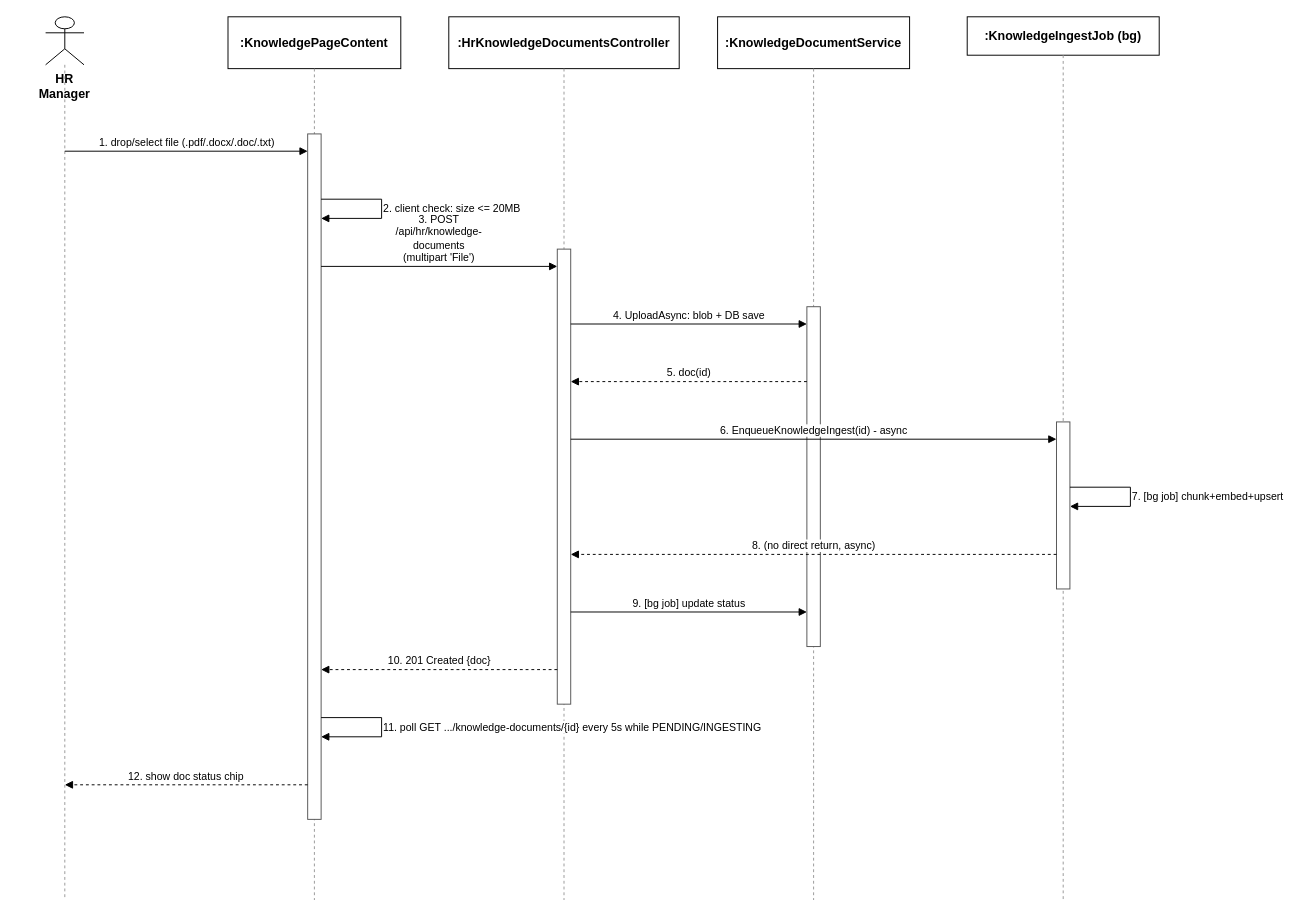
Earlier version of the draw.io diagram docs/qa/Nam_SequenceDiagram/06_KnowledgeBaseManagement_UploadIngest_HR.drawio (tulklk/AI_Interview_Question_Generation_RAG_LLM_FE). Source tidied: cells renumbered, new cells numbered last; positions are measured from the earlier drawing's top-left corner, leaving out a move shared by most shapes. Both pictures are drawn from the tidied source at 96%, with x=0, y=0 at pixel (45, 16).
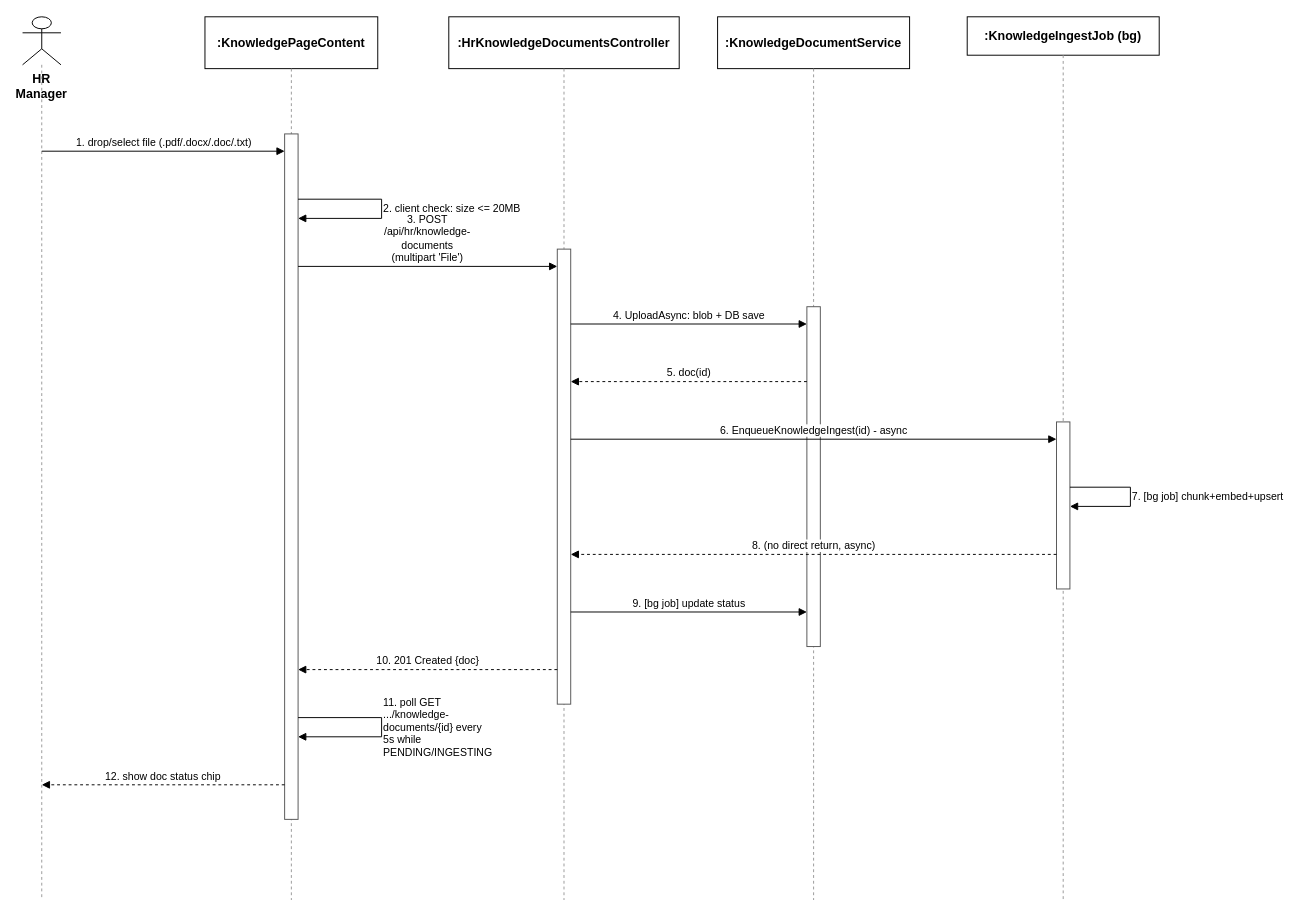
The same diagram, later.

Diff of the diagram source:
```diff
@@
     <mxCell id="2" value="HR Manager" style="shape=umlActor;whiteSpace=wrap;html=1;verticalLabelPosition=bottom;verticalAlign=top;fillColor=#ffffff;strokeColor=#000000;fontStyle=1;fontSize=13;" parent="1" vertex="1">
-      <mxGeometry width="40" height="50" as="geometry" />
+      <mxGeometry x="-24" width="40" height="50" as="geometry" />
     </mxCell>
     <mxCell id="3" style="endArrow=none;dashed=1;html=1;strokeColor=#999999;" parent="1" edge="1">
       <mxGeometry relative="1" as="geometry">
-        <mxPoint x="20" y="50" as="sourcePoint" />
-        <mxPoint x="20" y="920" as="targetPoint" />
+        <mxPoint x="-4" y="50" as="sourcePoint" />
+        <mxPoint x="-4" y="920" as="targetPoint" />
       </mxGeometry>
     </mxCell>
     <mxCell id="4" value=":KnowledgePageContent" style="rounded=0;whiteSpace=wrap;html=1;fontSize=13;fillColor=#ffffff;strokeColor=#000000;fontStyle=1;" parent="1" vertex="1">
-      <mxGeometry x="190" width="180" height="54" as="geometry" />
+      <mxGeometry x="166" width="180" height="54" as="geometry" />
     </mxCell>
     <mxCell id="5" style="endArrow=none;dashed=1;html=1;strokeColor=#999999;" parent="1" edge="1">
       <mxGeometry relative="1" as="geometry">
-        <mxPoint x="280" y="54" as="sourcePoint" />
-        <mxPoint x="280" y="920" as="targetPoint" />
+        <mxPoint x="256" y="54" as="sourcePoint" />
+        <mxPoint x="256" y="920" as="targetPoint" />
       </mxGeometry>
     </mxCell>
@@
     <mxCell id="12" style="rounded=0;whiteSpace=wrap;html=1;fillColor=#ffffff;strokeColor=#555555;" parent="1" vertex="1">
-      <mxGeometry x="273" y="122" width="14" height="714" as="geometry" />
+      <mxGeometry x="249" y="122" width="14" height="714" as="geometry" />
     </mxCell>
@@
     <mxCell id="16" value="1. drop/select file (.pdf/.docx/.doc/.txt)" style="endArrow=block;endFill=1;html=1;fontSize=11;align=center;verticalAlign=bottom;labelBackgroundColor=#ffffff;strokeColor=#000000;" parent="1" edge="1">
       <mxGeometry relative="1" as="geometry">
-        <mxPoint x="20" y="140" as="sourcePoint" />
-        <mxPoint x="273" y="140" as="targetPoint" />
+        <mxPoint x="-4" y="140" as="sourcePoint" />
+        <mxPoint x="249" y="140" as="targetPoint" />
       </mxGeometry>
     </mxCell>
     <mxCell id="17" value="2. client check: size &lt;= 20MB" style="endArrow=block;endFill=1;html=1;fontSize=11;align=left;verticalAlign=middle;labelBackgroundColor=#ffffff;rounded=0;strokeColor=#000000;" parent="1" edge="1">
       <mxGeometry relative="1" as="geometry">
-        <mxPoint x="287" y="190" as="sourcePoint" />
-        <mxPoint x="287" y="210" as="targetPoint" />
+        <mxPoint x="263" y="190" as="sourcePoint" />
+        <mxPoint x="263" y="210" as="targetPoint" />
         <Array as="points">
           <mxPoint x="350" y="190" />
           <mxPoint x="350" y="210" />
         </Array>
       </mxGeometry>
     </mxCell>
     <mxCell id="18" value="3. POST /api/hr/knowledge-documents (multipart 'File')" style="endArrow=block;endFill=1;html=1;whiteSpace=wrap;fontSize=11;align=center;verticalAlign=bottom;labelBackgroundColor=#ffffff;strokeColor=#000000;" parent="1" edge="1">
       <mxGeometry relative="1" as="geometry">
-        <mxPoint x="287" y="260" as="sourcePoint" />
+        <mxPoint x="263" y="260" as="sourcePoint" />
         <mxPoint x="533" y="260" as="targetPoint" />
       </mxGeometry>
     </mxCell>
@@
     <mxCell id="25" value="10. 201 Created {doc}" style="endArrow=block;endFill=1;html=1;dashed=1;fontSize=11;align=center;verticalAlign=bottom;labelBackgroundColor=#ffffff;strokeColor=#000000;" parent="1" edge="1">
       <mxGeometry relative="1" as="geometry">
         <mxPoint x="533" y="680" as="sourcePoint" />
-        <mxPoint x="287" y="680" as="targetPoint" />
+        <mxPoint x="263" y="680" as="targetPoint" />
       </mxGeometry>
     </mxCell>
-    <mxCell id="26" value="11. poll GET .../knowledge-documents/{id} every 5s while PENDING/INGESTING" style="endArrow=block;endFill=1;html=1;fontSize=11;align=left;verticalAlign=middle;labelBackgroundColor=#ffffff;rounded=0;strokeColor=#000000;" parent="1" edge="1">
+    <mxCell id="26" value="11. poll GET .../knowledge-documents/{id} every 5s while PENDING/INGESTING" style="endArrow=block;endFill=1;html=1;whiteSpace=wrap;fontSize=11;align=left;verticalAlign=middle;labelBackgroundColor=#ffffff;rounded=0;strokeColor=#000000;" parent="1" edge="1">
       <mxGeometry relative="1" as="geometry">
-        <mxPoint x="287" y="730" as="sourcePoint" />
-        <mxPoint x="287" y="750" as="targetPoint" />
+        <mxPoint x="263" y="730" as="sourcePoint" />
+        <mxPoint x="263" y="750" as="targetPoint" />
         <Array as="points">
           <mxPoint x="350" y="730" />
           <mxPoint x="350" y="750" />
         </Array>
       </mxGeometry>
     </mxCell>
     <mxCell id="27" value="12. show doc status chip" style="endArrow=block;endFill=1;html=1;dashed=1;fontSize=11;align=center;verticalAlign=bottom;labelBackgroundColor=#ffffff;strokeColor=#000000;" parent="1" edge="1">
       <mxGeometry relative="1" as="geometry">
-        <mxPoint x="273" y="800" as="sourcePoint" />
-        <mxPoint x="20" y="800" as="targetPoint" />
+        <mxPoint x="249" y="800" as="sourcePoint" />
+        <mxPoint x="-4" y="800" as="targetPoint" />
       </mxGeometry>
     </mxCell>
```
